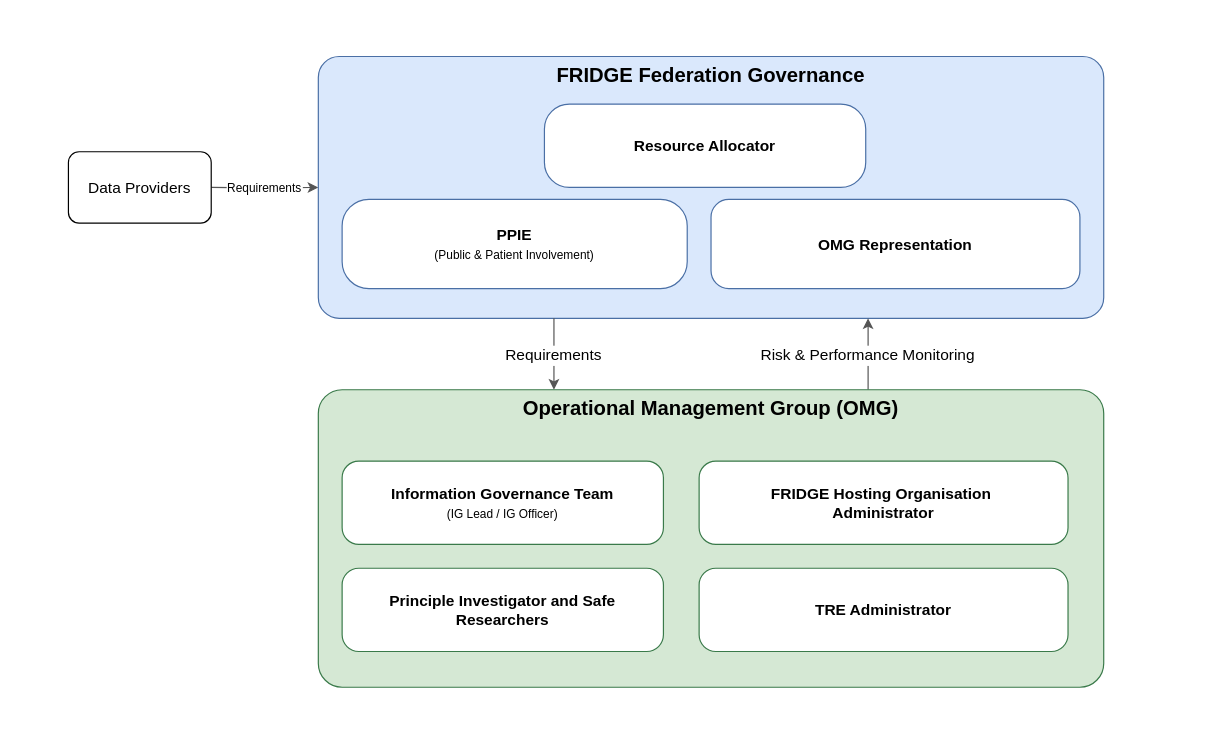
Before: docs/static/fridge_governance.drawio in alan-turing-institute/fridge, a draw.io diagram. Source tidied: cells renumbered, new cells numbered last; positions are measured from the earlier drawing's top-left corner, leaving out a move shared by most shapes. Both pictures are drawn from the tidied source at 119%, with x=0, y=0 at pixel (20, 20).
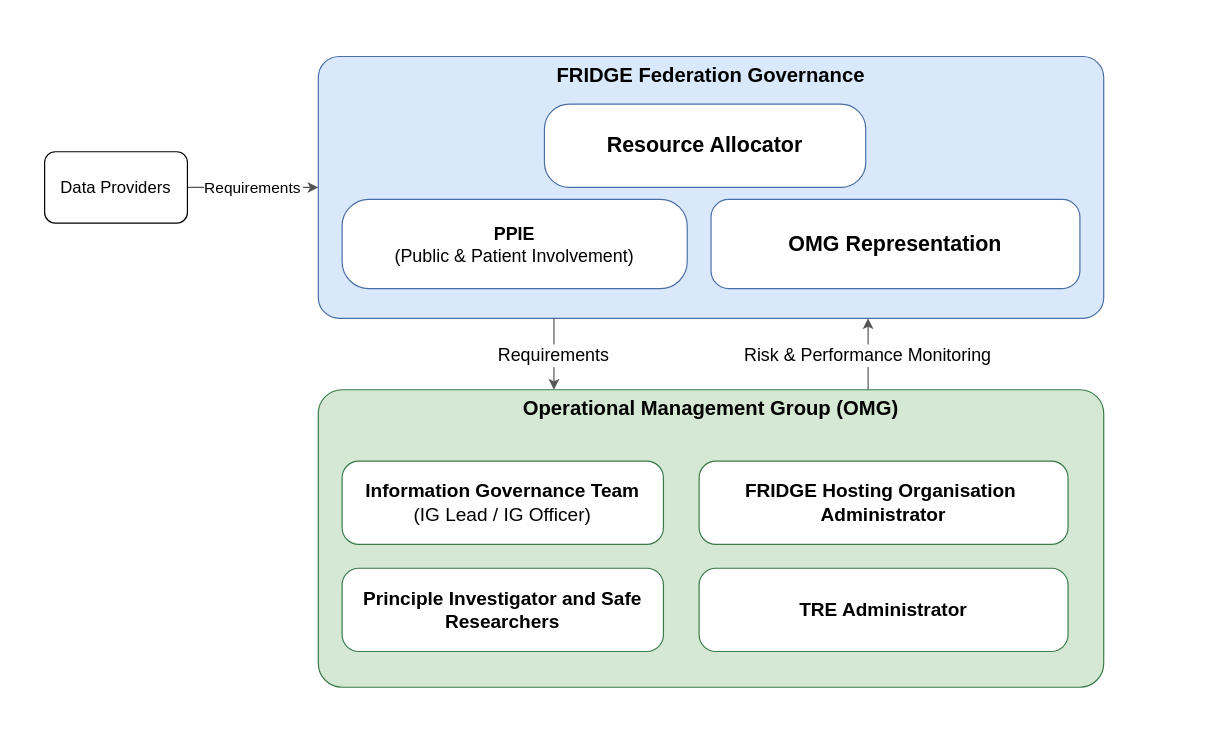
The same diagram, later.

Commit message (it also covers changes not shown here):
increase text size on diagrams

Diff of the diagram source:
```diff
@@
 <mxGraphModel>
   <root>
     <mxCell id="0" />
     <mxCell id="1" parent="0" />
     <mxCell id="2" style="rounded=0;whiteSpace=wrap;html=1;strokeColor=none;" parent="1" vertex="1">
       <mxGeometry width="1000" height="600" as="geometry" />
     </mxCell>
-    <mxCell id="3" value="Requirements" style="edgeStyle=orthogonalEdgeStyle;fontSize=10;fillColor=none;strokeColor=#555555;" parent="1" edge="1" target="4">
-      <mxGeometry relative="1" as="geometry">
-        <mxPoint x="160" y="140" as="sourcePoint" />
-      </mxGeometry>
+    <mxCell id="3" value="Requirements" style="edgeStyle=orthogonalEdgeStyle;fontSize=13;fillColor=none;strokeColor=#555555;exitX=1;exitY=0.5;exitDx=0;exitDy=0;" parent="1" edge="1" source="15" target="4">
+      <mxGeometry relative="1" as="geometry" />
     </mxCell>
     <mxCell id="4" value="FRIDGE Federation Governance" style="rounded=1;whiteSpace=wrap;html=1;fillColor=#dae8fc;strokeColor=#4a6fa5;fontStyle=1;fontSize=17;verticalAlign=top;arcSize=8;" parent="1" vertex="1">
       <mxGeometry x="250" y="30" width="660" height="220" as="geometry" />
     </mxCell>
-    <mxCell id="5" value="&lt;b&gt;PPIE&lt;/b&gt;&lt;br&gt;&lt;font style=&quot;font-size:10px&quot;&gt;(Public &amp;amp; Patient Involvement)&lt;/font&gt;" style="rounded=1;whiteSpace=wrap;html=1;fillColor=#ffffff;strokeColor=#4a6fa5;fontSize=13;arcSize=30;" parent="1" vertex="1">
+    <mxCell id="5" value="&lt;font style=&quot;font-size: 15px;&quot;&gt;&lt;b&gt;PPIE&lt;/b&gt;&lt;br&gt;&lt;font style=&quot;font-size: 15px;&quot;&gt;(Public &amp;amp; Patient Involvement)&lt;/font&gt;&lt;/font&gt;" style="rounded=1;whiteSpace=wrap;html=1;fillColor=#ffffff;strokeColor=#4a6fa5;fontSize=13;arcSize=30;" parent="1" vertex="1">
       <mxGeometry x="270" y="150" width="290" height="75" as="geometry" />
     </mxCell>
-    <mxCell id="6" value="&lt;b&gt;OMG Representation&lt;/b&gt;" style="rounded=1;whiteSpace=wrap;html=1;fillColor=#ffffff;strokeColor=#4a6fa5;fontSize=13;arcSize=20;" parent="1" vertex="1">
+    <mxCell id="6" value="&lt;b&gt;&lt;font style=&quot;font-size: 18px;&quot;&gt;OMG Representation&lt;/font&gt;&lt;/b&gt;" style="rounded=1;whiteSpace=wrap;html=1;fillColor=#ffffff;strokeColor=#4a6fa5;fontSize=13;arcSize=20;" parent="1" vertex="1">
       <mxGeometry x="580" y="150" width="310" height="75" as="geometry" />
     </mxCell>
-    <mxCell id="7" value="Requirements" style="edgeStyle=orthogonalEdgeStyle;fontSize=13;fillColor=none;strokeColor=#555555;exitX=0.3;exitY=1;exitDx=0;exitDy=0;entryX=0.3;entryY=0;entryDx=0;entryDy=0;" parent="1" edge="1" source="4" target="9">
+    <mxCell id="7" value="Requirements" style="edgeStyle=orthogonalEdgeStyle;fontSize=15;fillColor=none;strokeColor=#555555;exitX=0.3;exitY=1;exitDx=0;exitDy=0;entryX=0.3;entryY=0;entryDx=0;entryDy=0;" parent="1" edge="1" source="4" target="9">
       <mxGeometry relative="1" as="geometry" />
     </mxCell>
-    <mxCell id="8" value="Risk &amp; Performance Monitoring" style="edgeStyle=orthogonalEdgeStyle;fontSize=13;fillColor=none;strokeColor=#555555;exitX=0.7;exitY=0;exitDx=0;exitDy=0;entryX=0.7;entryY=1;entryDx=0;entryDy=0;" parent="1" edge="1" source="9" target="4">
+    <mxCell id="8" value="Risk &amp; Performance Monitoring" style="edgeStyle=orthogonalEdgeStyle;fontSize=15;fillColor=none;strokeColor=#555555;exitX=0.7;exitY=0;exitDx=0;exitDy=0;entryX=0.7;entryY=1;entryDx=0;entryDy=0;" parent="1" edge="1" source="9" target="4">
       <mxGeometry relative="1" as="geometry" />
     </mxCell>
     <mxCell id="9" value="Operational Management Group (OMG)" style="rounded=1;whiteSpace=wrap;html=1;fillColor=#d5e8d4;strokeColor=#3a7a4a;fontStyle=1;fontSize=17;verticalAlign=top;arcSize=8;" parent="1" vertex="1">
       <mxGeometry x="250" y="310" width="660" height="250" as="geometry" />
     </mxCell>
-    <mxCell id="10" value="&lt;b&gt;Information Governance Team&lt;/b&gt;&lt;br&gt;&lt;font style=&quot;font-size:10px&quot;&gt;(IG Lead / IG Officer)&lt;/font&gt;" style="rounded=1;whiteSpace=wrap;html=1;fillColor=#ffffff;strokeColor=#3a7a4a;fontSize=13;arcSize=20;" parent="1" vertex="1">
+    <mxCell id="10" value="&lt;b style=&quot;font-size: 16px;&quot;&gt;Information Governance Team&lt;/b&gt;&lt;br style=&quot;font-size: 16px;&quot;&gt;&lt;font style=&quot;font-size: 16px;&quot;&gt;(IG Lead / IG Officer)&lt;/font&gt;" style="rounded=1;whiteSpace=wrap;html=1;fillColor=#ffffff;strokeColor=#3a7a4a;fontSize=16;arcSize=20;" parent="1" vertex="1">
       <mxGeometry x="270" y="370" width="270" height="70" as="geometry" />
     </mxCell>
-    <mxCell id="11" value="&lt;b&gt;FRIDGE Hosting&amp;nbsp;&lt;/b&gt;&lt;b style=&quot;background-color: transparent; color: light-dark(rgb(0, 0, 0), rgb(255, 255, 255));&quot;&gt;Organisation&amp;nbsp;&lt;/b&gt;&lt;div&gt;&lt;b style=&quot;background-color: transparent; color: light-dark(rgb(0, 0, 0), rgb(255, 255, 255));&quot;&gt;Administrator&lt;/b&gt;&lt;/div&gt;" style="rounded=1;whiteSpace=wrap;html=1;fillColor=#ffffff;strokeColor=#3a7a4a;fontSize=13;arcSize=20;" parent="1" vertex="1">
+    <mxCell id="11" value="&lt;b style=&quot;font-size: 16px;&quot;&gt;FRIDGE Hosting&amp;nbsp;&lt;/b&gt;&lt;b style=&quot;background-color: transparent; color: light-dark(rgb(0, 0, 0), rgb(255, 255, 255)); font-size: 16px;&quot;&gt;Organisation&amp;nbsp;&lt;/b&gt;&lt;div style=&quot;font-size: 16px;&quot;&gt;&lt;b style=&quot;background-color: transparent; color: light-dark(rgb(0, 0, 0), rgb(255, 255, 255)); font-size: 16px;&quot;&gt;Administrator&lt;/b&gt;&lt;/div&gt;" style="rounded=1;whiteSpace=wrap;html=1;fillColor=#ffffff;strokeColor=#3a7a4a;fontSize=16;arcSize=20;" parent="1" vertex="1">
       <mxGeometry x="570" y="370" width="310" height="70" as="geometry" />
     </mxCell>
-    <mxCell id="12" value="&lt;b&gt;Principle Investigator and Safe Researchers&lt;/b&gt;" style="rounded=1;whiteSpace=wrap;html=1;fillColor=#ffffff;strokeColor=#3a7a4a;fontSize=13;arcSize=20;" parent="1" vertex="1">
+    <mxCell id="12" value="&lt;b style=&quot;font-size: 16px;&quot;&gt;Principle Investigator and Safe Researchers&lt;/b&gt;" style="rounded=1;whiteSpace=wrap;html=1;fillColor=#ffffff;strokeColor=#3a7a4a;fontSize=16;arcSize=20;" parent="1" vertex="1">
       <mxGeometry x="270" y="460" width="270" height="70" as="geometry" />
     </mxCell>
-    <mxCell id="13" value="&lt;b&gt;TRE Administrator&lt;/b&gt;" style="rounded=1;whiteSpace=wrap;html=1;fillColor=#ffffff;strokeColor=#3a7a4a;fontSize=13;arcSize=20;" parent="1" vertex="1">
+    <mxCell id="13" value="&lt;b style=&quot;font-size: 16px;&quot;&gt;TRE Administrator&lt;/b&gt;" style="rounded=1;whiteSpace=wrap;html=1;fillColor=#ffffff;strokeColor=#3a7a4a;fontSize=16;arcSize=20;" parent="1" vertex="1">
       <mxGeometry x="570" y="460" width="310" height="70" as="geometry" />
     </mxCell>
-    <mxCell id="14" value="&lt;b&gt;Resource Allocator&lt;/b&gt;" style="rounded=1;whiteSpace=wrap;html=1;fillColor=#ffffff;strokeColor=#4a6fa5;fontSize=13;arcSize=30;" parent="1" vertex="1">
+    <mxCell id="14" value="&lt;b&gt;&lt;font style=&quot;font-size: 18px;&quot;&gt;Resource Allocator&lt;/font&gt;&lt;/b&gt;" style="rounded=1;whiteSpace=wrap;html=1;fillColor=#ffffff;strokeColor=#4a6fa5;fontSize=13;arcSize=30;" parent="1" vertex="1">
       <mxGeometry x="440" y="70" width="270" height="70" as="geometry" />
     </mxCell>
-    <mxCell id="15" value="&lt;span style=&quot;font-size: 13px;&quot;&gt;Data Providers&lt;/span&gt;" style="rounded=1;whiteSpace=wrap;html=1;" parent="1" vertex="1">
-      <mxGeometry x="40" y="110" width="120" height="60" as="geometry" />
+    <mxCell id="15" value="&lt;span style=&quot;font-size: 14px;&quot;&gt;Data Providers&lt;/span&gt;" style="rounded=1;whiteSpace=wrap;html=1;fontSize=14;" parent="1" vertex="1">
+      <mxGeometry x="20" y="110" width="120" height="60" as="geometry" />
     </mxCell>
   </root>
 </mxGraphModel>
```
